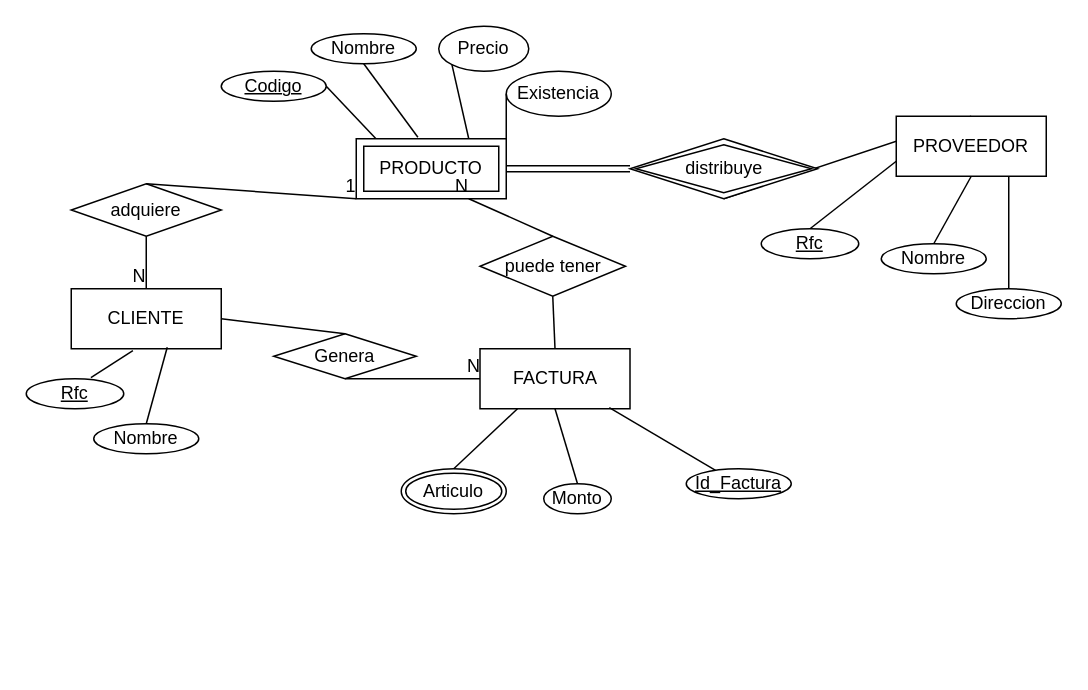
This is Untitled Diagram.drawio from IsraMejia/DiagramasEntidadRelacion, a draw.io file, before an edit. Source tidied: cells renumbered, new cells numbered last; positions are measured from the earlier drawing's top-left corner, leaving out a move shared by most shapes. Both pictures are drawn from the tidied source at 150%, with x=0, y=0 at pixel (26, 26).
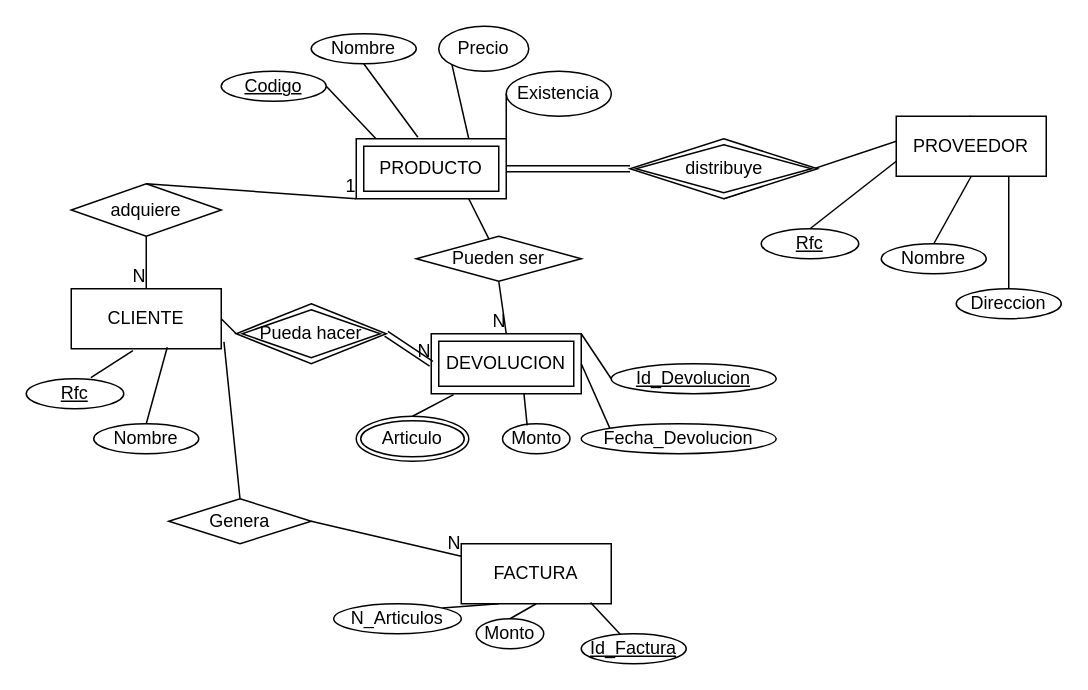
After the change.

Commit message:
Correcciones y Devoluciones

Unchanged cells that the change refers to:
```xml
<mxCell id="10" value="PRODUCTO" style="shape=ext;margin=3;double=1;whiteSpace=wrap;html=1;align=center;" parent="1" vertex="1">
  <mxGeometry x="220" y="75" width="100" height="40" as="geometry" />
</mxCell>
<mxCell id="23" value="CLIENTE" style="whiteSpace=wrap;html=1;align=center;" parent="1" vertex="1">
  <mxGeometry x="30" y="175" width="100" height="40" as="geometry" />
</mxCell>
```

What changed in the source:
```diff
@@
     <mxCell id="31" value="FACTURA" style="whiteSpace=wrap;html=1;align=center;" parent="1" vertex="1">
-      <mxGeometry x="302.5" y="215" width="100" height="40" as="geometry" />
+      <mxGeometry x="290" y="345" width="100" height="40" as="geometry" />
     </mxCell>
     <mxCell id="32" value="Id_Factura" style="ellipse;whiteSpace=wrap;html=1;align=center;fontStyle=4;" parent="1" vertex="1">
-      <mxGeometry x="440" y="295" width="70" height="20" as="geometry" />
+      <mxGeometry x="370" y="405" width="70" height="20" as="geometry" />
     </mxCell>
     <mxCell id="33" value="Monto" style="ellipse;whiteSpace=wrap;html=1;align=center;" parent="1" vertex="1">
-      <mxGeometry x="345" y="305" width="45" height="20" as="geometry" />
+      <mxGeometry x="300" y="395" width="45" height="20" as="geometry" />
     </mxCell>
-    <mxCell id="34" value="Articulo" style="ellipse;shape=doubleEllipse;margin=3;whiteSpace=wrap;html=1;align=center;" parent="1" vertex="1">
-      <mxGeometry x="250" y="295" width="70" height="30" as="geometry" />
-    </mxCell>
-    <mxCell id="35" style="endArrow=none;html=1;rounded=0;exitX=0.5;exitY=0;exitDx=0;exitDy=0;entryX=0.25;entryY=1;entryDx=0;entryDy=0;" parent="1" edge="1" source="34" target="31">
+    <mxCell id="35" style="endArrow=none;html=1;rounded=0;exitX=1;exitY=0;exitDx=0;exitDy=0;entryX=0.25;entryY=1;entryDx=0;entryDy=0;" parent="1" edge="1" source="46" target="31">
       <mxGeometry relative="1" as="geometry" />
     </mxCell>
@@
     <mxCell id="38" value="Genera" style="shape=rhombus;perimeter=rhombusPerimeter;whiteSpace=wrap;html=1;align=center;" parent="1" vertex="1">
-      <mxGeometry x="165" y="205" width="95" height="30" as="geometry" />
+      <mxGeometry x="95" y="315" width="95" height="30" as="geometry" />
     </mxCell>
-    <mxCell id="39" style="endArrow=none;html=1;rounded=0;exitX=0.5;exitY=1;exitDx=0;exitDy=0;" parent="1" edge="1" source="38" target="31">
+    <mxCell id="39" style="endArrow=none;html=1;rounded=0;exitX=1;exitY=0.5;exitDx=0;exitDy=0;" parent="1" edge="1" source="38" target="31">
       <mxGeometry relative="1" as="geometry" />
     </mxCell>
@@
-    <mxCell id="41" style="endArrow=none;html=1;rounded=0;exitX=1;exitY=0.5;exitDx=0;exitDy=0;entryX=0.5;entryY=0;entryDx=0;entryDy=0;" parent="1" edge="1" source="23" target="38">
+    <mxCell id="41" style="endArrow=none;html=1;rounded=0;exitX=1.018;exitY=0.885;exitDx=0;exitDy=0;entryX=0.5;entryY=0;entryDx=0;entryDy=0;exitPerimeter=0;" parent="1" edge="1" source="23" target="38">
       <mxGeometry relative="1" as="geometry" />
     </mxCell>
-    <mxCell id="42" value="puede tener" style="shape=rhombus;perimeter=rhombusPerimeter;whiteSpace=wrap;html=1;align=center;" parent="1" vertex="1">
-      <mxGeometry x="302.5" y="140" width="97" height="40" as="geometry" />
-    </mxCell>
-    <mxCell id="43" style="endArrow=none;html=1;rounded=0;entryX=0.75;entryY=1;entryDx=0;entryDy=0;exitX=0.5;exitY=0;exitDx=0;exitDy=0;" parent="1" edge="1" source="42" target="10">
-      <mxGeometry relative="1" as="geometry" />
-    </mxCell>
-    <mxCell id="44" value="N" style="html=1;align=right;verticalAlign=bottom;" parent="43" vertex="1">
-      <mxGeometry x="1" relative="1" as="geometry" />
-    </mxCell>
-    <mxCell id="45" style="endArrow=none;html=1;rounded=0;exitX=0.5;exitY=0;exitDx=0;exitDy=0;entryX=0.5;entryY=1;entryDx=0;entryDy=0;" parent="1" edge="1" source="31" target="42">
-      <mxGeometry relative="1" as="geometry" />
-    </mxCell>
+    <mxCell id="46" value="N_Articulos" style="ellipse;whiteSpace=wrap;html=1;align=center;" parent="1" vertex="1">
+      <mxGeometry x="205" y="385" width="85" height="20" as="geometry" />
+    </mxCell>
+    <mxCell id="47" value="DEVOLUCION" style="shape=ext;margin=3;double=1;whiteSpace=wrap;html=1;align=center;" parent="1" vertex="1">
+      <mxGeometry x="270" y="205" width="100" height="40" as="geometry" />
+    </mxCell>
+    <mxCell id="48" value="Pueda hacer" style="shape=rhombus;double=1;perimeter=rhombusPerimeter;whiteSpace=wrap;html=1;align=center;" parent="1" vertex="1">
+      <mxGeometry x="140" y="185" width="100" height="40" as="geometry" />
+    </mxCell>
+    <mxCell id="49" style="endArrow=none;html=1;rounded=0;exitX=1;exitY=0.5;exitDx=0;exitDy=0;entryX=0;entryY=0.5;entryDx=0;entryDy=0;" parent="1" edge="1" source="23" target="48">
+      <mxGeometry relative="1" as="geometry" />
+    </mxCell>
+    <mxCell id="50" style="shape=link;html=1;rounded=0;exitX=1;exitY=0.5;exitDx=0;exitDy=0;entryX=0;entryY=0.5;entryDx=0;entryDy=0;" parent="1" edge="1" source="48" target="47">
+      <mxGeometry relative="1" as="geometry" />
+    </mxCell>
+    <mxCell id="51" value="N" style="html=1;align=right;verticalAlign=bottom;" parent="50" vertex="1">
+      <mxGeometry x="1" relative="1" as="geometry" />
+    </mxCell>
+    <mxCell id="52" value="Id_Devolucion" style="ellipse;whiteSpace=wrap;html=1;align=center;fontStyle=4;" parent="1" vertex="1">
+      <mxGeometry x="390" y="225" width="110" height="20" as="geometry" />
+    </mxCell>
+    <mxCell id="53" style="endArrow=none;html=1;rounded=0;exitX=1;exitY=0;exitDx=0;exitDy=0;entryX=0;entryY=0.5;entryDx=0;entryDy=0;" parent="1" edge="1" source="47" target="52">
+      <mxGeometry relative="1" as="geometry" />
+    </mxCell>
+    <mxCell id="54" value="Fecha_Devolucion" style="ellipse;whiteSpace=wrap;html=1;align=center;" parent="1" vertex="1">
+      <mxGeometry x="370" y="265" width="130" height="20" as="geometry" />
+    </mxCell>
+    <mxCell id="55" style="endArrow=none;html=1;rounded=0;exitX=1;exitY=0.5;exitDx=0;exitDy=0;entryX=0;entryY=0;entryDx=0;entryDy=0;" parent="1" edge="1" source="47" target="54">
+      <mxGeometry relative="1" as="geometry" />
+    </mxCell>
+    <mxCell id="34" value="Articulo" style="ellipse;shape=doubleEllipse;margin=3;whiteSpace=wrap;html=1;align=center;" parent="1" vertex="1">
+      <mxGeometry x="220" y="260" width="75" height="30" as="geometry" />
+    </mxCell>
+    <mxCell id="56" style="endArrow=none;html=1;rounded=0;exitX=0.149;exitY=1.015;exitDx=0;exitDy=0;exitPerimeter=0;entryX=0.5;entryY=0;entryDx=0;entryDy=0;" parent="1" edge="1" source="47" target="34">
+      <mxGeometry relative="1" as="geometry" />
+    </mxCell>
+    <mxCell id="57" value="Monto" style="ellipse;whiteSpace=wrap;html=1;align=center;" parent="1" vertex="1">
+      <mxGeometry x="317.5" y="265" width="45" height="20" as="geometry" />
+    </mxCell>
+    <mxCell id="58" style="endArrow=none;html=1;rounded=0;exitX=0.618;exitY=0.997;exitDx=0;exitDy=0;exitPerimeter=0;entryX=0.365;entryY=0.055;entryDx=0;entryDy=0;entryPerimeter=0;" parent="1" edge="1" source="47" target="57">
+      <mxGeometry relative="1" as="geometry" />
+    </mxCell>
+    <mxCell id="59" value="Pueden ser" style="shape=rhombus;perimeter=rhombusPerimeter;whiteSpace=wrap;html=1;align=center;" parent="1" vertex="1">
+      <mxGeometry x="260" y="140" width="110" height="30" as="geometry" />
+    </mxCell>
+    <mxCell id="60" style="endArrow=none;html=1;rounded=0;entryX=0.75;entryY=1;entryDx=0;entryDy=0;" parent="1" edge="1" source="59" target="10">
+      <mxGeometry relative="1" as="geometry" />
+    </mxCell>
+    <mxCell id="61" style="endArrow=none;html=1;rounded=0;exitX=0.5;exitY=1;exitDx=0;exitDy=0;entryX=0.5;entryY=0;entryDx=0;entryDy=0;" parent="1" edge="1" source="59" target="47">
+      <mxGeometry relative="1" as="geometry" />
+    </mxCell>
+    <mxCell id="62" value="N" style="html=1;align=right;verticalAlign=bottom;" parent="61" vertex="1">
+      <mxGeometry x="1" relative="1" as="geometry" />
+    </mxCell>
```
